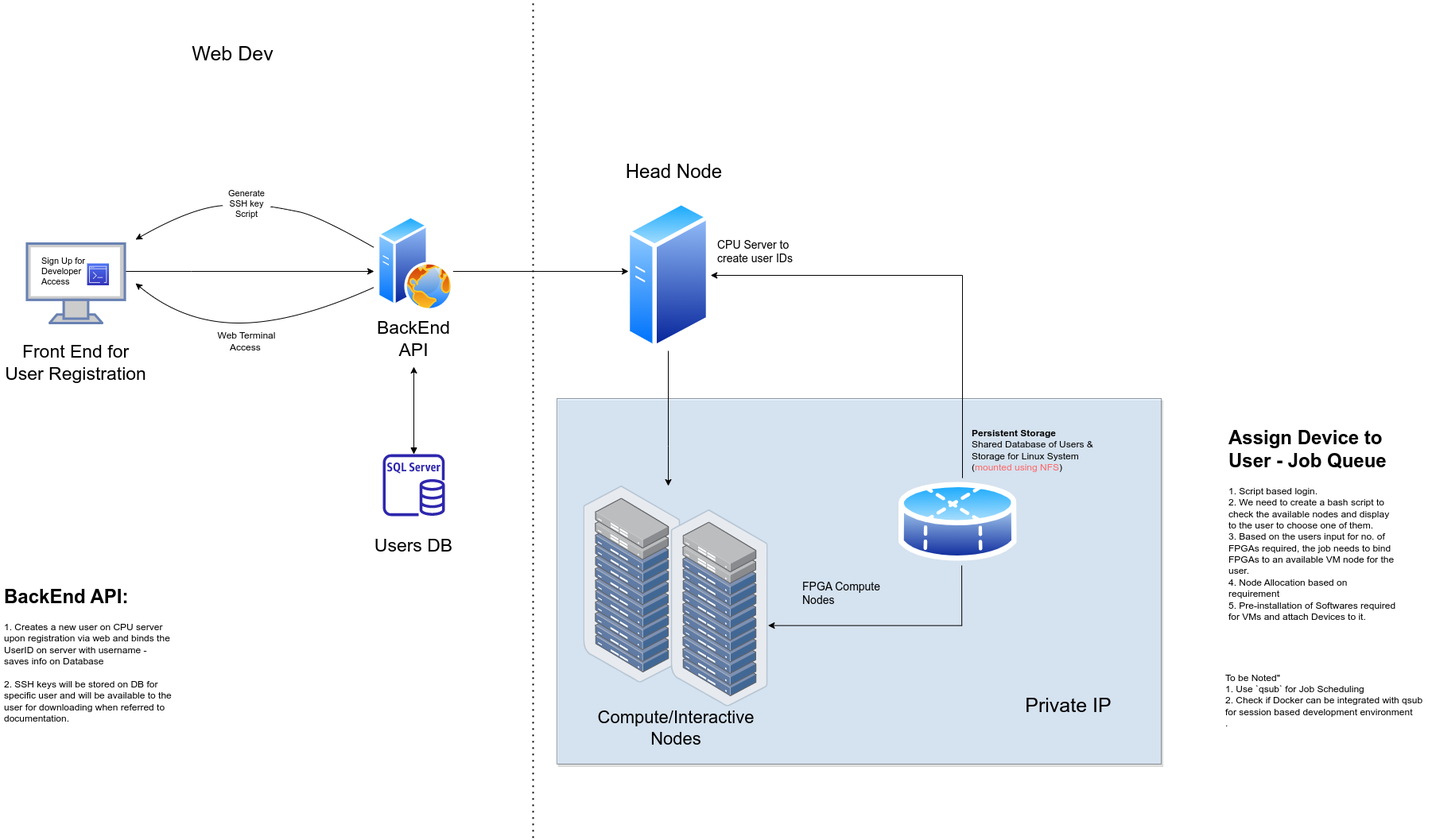
belanasaikiran/FlowCharts keeps this draw.io diagram as Intel DevCloud Flow.drawio.png. Above is the earlier version. Source tidied: cells renumbered, new cells last; positions are measured from the earlier drawing's top-left corner, leaving out a move shared by most shapes.
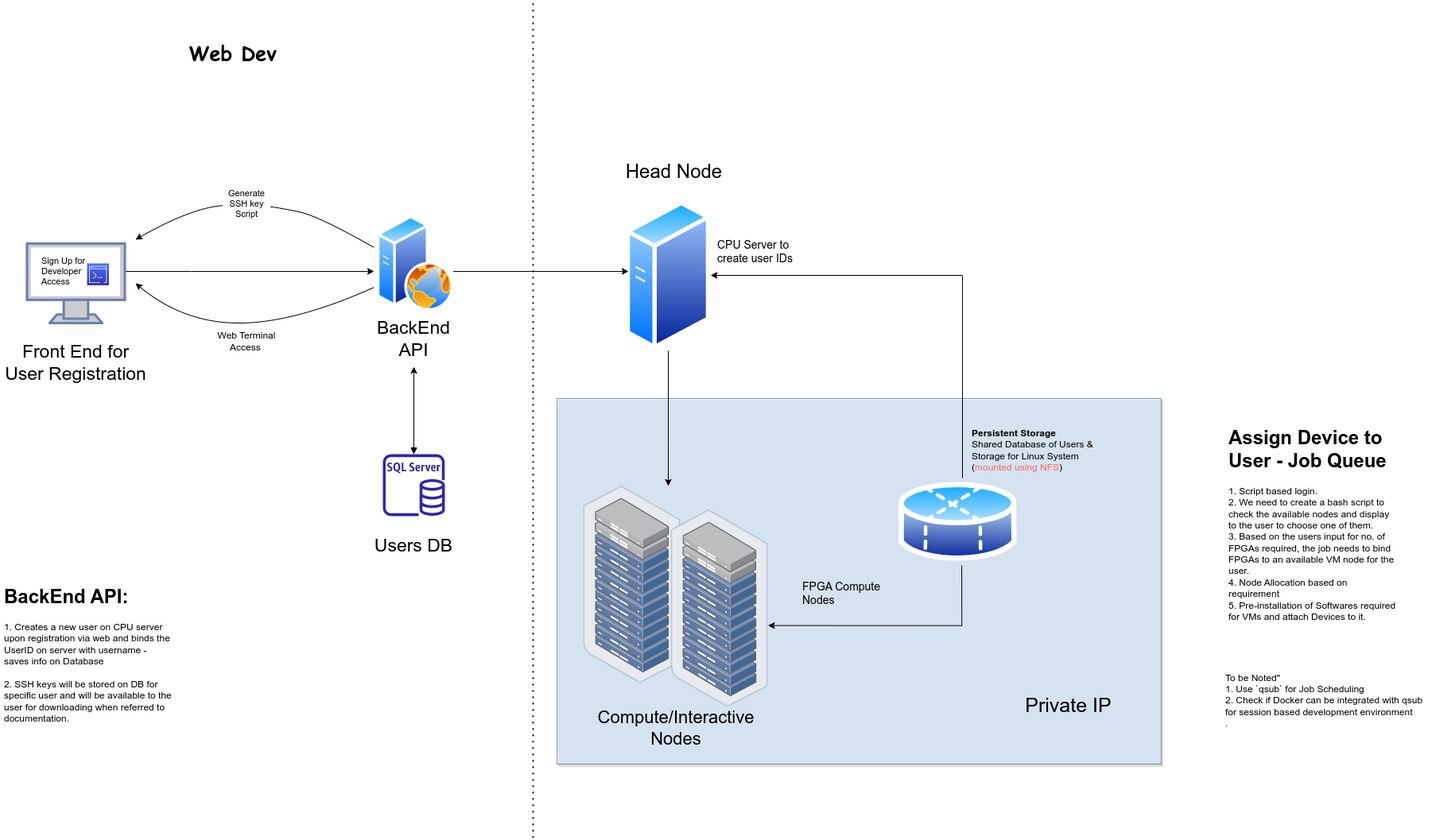
The same diagram one commit later.

The edit, as a diff of the source:
```diff
@@ -166,7 +166,7 @@
         </Array>
       </mxGeometry>
     </mxCell>
-    <mxCell id="41" value="Web Dev" style="text;html=1;strokeColor=none;fillColor=none;align=center;verticalAlign=middle;whiteSpace=wrap;rounded=0;fontSize=25;" parent="1" vertex="1">
+    <mxCell id="41" value="&lt;b&gt;&lt;font face=&quot;Comic Sans MS&quot;&gt;Web Dev&lt;/font&gt;&lt;/b&gt;" style="text;html=1;strokeColor=none;fillColor=none;align=center;verticalAlign=middle;whiteSpace=wrap;rounded=0;fontSize=25;" parent="1" vertex="1">
       <mxGeometry x="205" y="50" width="175" height="30" as="geometry" />
     </mxCell>
   </root>
```
